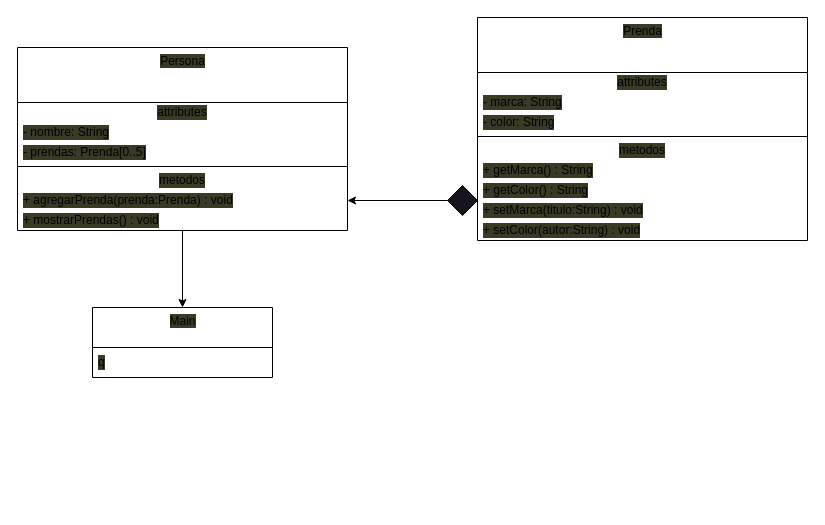
The draw.io diagram page "Page-2" (2 of 3) of clase 6/4.drawio in isanchezv07/POO, before the edit. Source tidied: cells renumbered, new cells numbered last; positions are measured from the earlier drawing's top-left corner, leaving out a move shared by most shapes. Both pictures are drawn from the tidied source at 100%, with x=0, y=0 at pixel (17, 17).
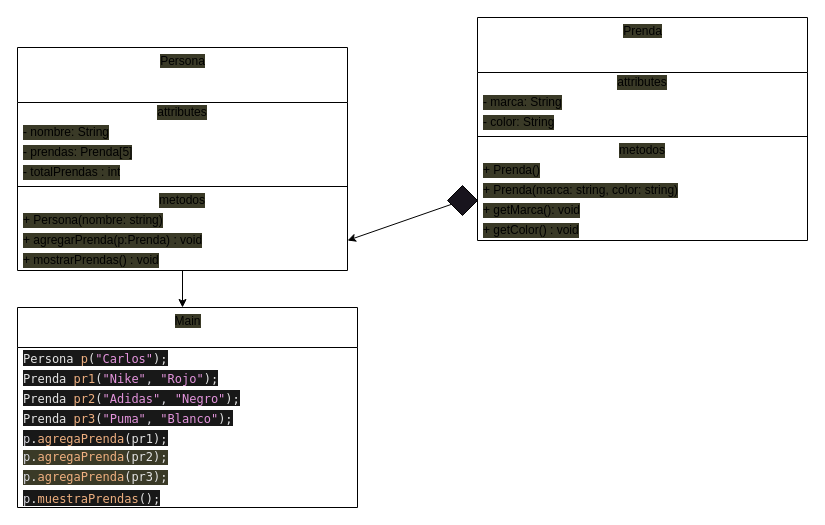
The same diagram, later.

Unchanged cells that the change refers to:
```xml
<mxCell id="16" value="Prenda" style="swimlane;fontStyle=0;align=center;verticalAlign=top;horizontal=1;startSize=55;html=1;labelBackgroundColor=#3a3a27;" parent="1" vertex="1">
  <mxGeometry x="460" width="330" height="223" as="geometry" />
</mxCell>
```

The edit, as a diff of the source:
```diff
@@
-    <mxCell id="3" style="edgeStyle=none;html=1;entryX=0.5;entryY=0;entryDx=0;entryDy=0;" parent="1" edge="1" source="4" target="14">
-      <mxGeometry relative="1" as="geometry" />
+    <mxCell id="3" style="edgeStyle=none;html=1;entryX=0.5;entryY=0;entryDx=0;entryDy=0;" parent="1" edge="1" source="4">
+      <mxGeometry relative="1" as="geometry">
+        <mxPoint x="165" y="290" as="targetPoint" />
+      </mxGeometry>
     </mxCell>
     <mxCell id="4" value="Persona" style="swimlane;fontStyle=0;align=center;verticalAlign=top;horizontal=1;startSize=55;html=1;labelBackgroundColor=#3a3a27;" parent="1" vertex="1">
-      <mxGeometry y="30" width="330" height="183" as="geometry" />
+      <mxGeometry y="30" width="330" height="223" as="geometry" />
     </mxCell>
@@
-    <mxCell id="7" value="- prendas: Prenda[0..5]" style="text;html=1;strokeColor=none;fillColor=none;align=left;verticalAlign=middle;spacingLeft=4;spacingRight=4;overflow=hidden;labelBackgroundColor=#3a3a27;" parent="4" vertex="1">
+    <mxCell id="7" value="- prendas: Prenda[5]" style="text;html=1;strokeColor=none;fillColor=none;align=left;verticalAlign=middle;spacingLeft=4;spacingRight=4;overflow=hidden;labelBackgroundColor=#3a3a27;" parent="4" vertex="1">
       <mxGeometry y="95" width="330" height="20" as="geometry" />
     </mxCell>
+    <mxCell id="26" value="- totalPrendas : &lt;span class=&quot;s1&quot;&gt;int&lt;/span&gt;" style="text;html=1;strokeColor=none;fillColor=none;align=left;verticalAlign=middle;spacingLeft=4;spacingRight=4;overflow=hidden;labelBackgroundColor=#3a3a27;" parent="4" vertex="1">
+      <mxGeometry y="115" width="330" height="20" as="geometry" />
+    </mxCell>
     <mxCell id="8" style="line;strokeWidth=1;fillColor=none;align=left;verticalAlign=middle;spacingTop=-1;spacingLeft=3;spacingRight=3;labelPosition=right;labelBackgroundColor=#3a3a27;" parent="4" vertex="1">
-      <mxGeometry y="115" width="330" height="8" as="geometry" />
+      <mxGeometry y="135" width="330" height="8" as="geometry" />
     </mxCell>
     <mxCell id="9" value="metodos" style="text;html=1;strokeColor=none;fillColor=none;align=center;verticalAlign=middle;spacingLeft=4;spacingRight=4;overflow=hidden;labelBackgroundColor=#3a3a27;" parent="4" vertex="1">
-      <mxGeometry y="123" width="330" height="20" as="geometry" />
+      <mxGeometry y="143" width="330" height="20" as="geometry" />
     </mxCell>
+    <mxCell id="27" value="+ Persona(nombre: string)" style="text;html=1;strokeColor=none;fillColor=none;align=left;verticalAlign=middle;spacingLeft=4;spacingRight=4;overflow=hidden;labelBackgroundColor=#3a3a27;" parent="4" vertex="1">
+      <mxGeometry y="163" width="330" height="20" as="geometry" />
+    </mxCell>
-    <mxCell id="10" value="+ agregarPrenda(prenda:Prenda) : void" style="text;html=1;strokeColor=none;fillColor=none;align=left;verticalAlign=middle;spacingLeft=4;spacingRight=4;overflow=hidden;points=[[0,0.5],[1,0.5]];portConstraint=eastwest;labelBackgroundColor=#3a3a27;" parent="4" vertex="1">
-      <mxGeometry y="143" width="330" height="20" as="geometry" />
+    <mxCell id="10" value="+ agregarPrenda(p:Prenda) : void" style="text;html=1;strokeColor=none;fillColor=none;align=left;verticalAlign=middle;spacingLeft=4;spacingRight=4;overflow=hidden;points=[[0,0.5],[1,0.5]];portConstraint=eastwest;labelBackgroundColor=#3a3a27;" parent="4" vertex="1">
+      <mxGeometry y="183" width="330" height="20" as="geometry" />
     </mxCell>
     <mxCell id="11" value="+ mostrarPrendas() : void" style="text;html=1;strokeColor=none;fillColor=none;align=left;verticalAlign=middle;spacingLeft=4;spacingRight=4;overflow=hidden;labelBackgroundColor=#3a3a27;" parent="4" vertex="1">
-      <mxGeometry y="163" width="330" height="20" as="geometry" />
+      <mxGeometry y="203" width="330" height="20" as="geometry" />
     </mxCell>
@@
-    <mxCell id="14" value="Main" style="swimlane;fontStyle=0;align=center;verticalAlign=top;horizontal=1;startSize=40;html=1;labelBackgroundColor=#3a3a27;" parent="1" vertex="1">
-      <mxGeometry x="75" y="290" width="180" height="70" as="geometry" />
-    </mxCell>
-    <mxCell id="15" value="q" style="text;html=1;strokeColor=none;fillColor=none;align=left;verticalAlign=middle;spacingLeft=4;spacingRight=4;overflow=hidden;labelBackgroundColor=#3a3a27;" parent="14" vertex="1">
-      <mxGeometry y="40" width="180" height="30" as="geometry" />
-    </mxCell>
@@
-    <mxCell id="22" value="+ getMarca() : String" style="text;html=1;strokeColor=none;fillColor=none;align=left;verticalAlign=middle;spacingLeft=4;spacingRight=4;overflow=hidden;labelBackgroundColor=#3a3a27;" parent="16" vertex="1">
+    <mxCell id="22" value="+ Prenda()&lt;div style=&quot;color: rgb(228, 228, 228); background-color: rgb(24, 24, 24); font-family: Menlo, Monaco, &amp;quot;Courier New&amp;quot;, monospace; line-height: 18px;&quot;&gt;&lt;div&gt;&lt;/div&gt;&lt;/div&gt;" style="text;html=1;strokeColor=none;fillColor=none;align=left;verticalAlign=middle;spacingLeft=4;spacingRight=4;overflow=hidden;labelBackgroundColor=#3a3a27;" parent="16" vertex="1">
       <mxGeometry y="143" width="330" height="20" as="geometry" />
     </mxCell>
-    <mxCell id="23" value="+ getColor() : String" style="text;html=1;strokeColor=none;fillColor=none;align=left;verticalAlign=middle;spacingLeft=4;spacingRight=4;overflow=hidden;labelBackgroundColor=#3a3a27;" parent="16" vertex="1">
+    <mxCell id="23" value="+ Prenda(marca: string, color: string)" style="text;html=1;strokeColor=none;fillColor=none;align=left;verticalAlign=middle;spacingLeft=4;spacingRight=4;overflow=hidden;labelBackgroundColor=#3a3a27;" parent="16" vertex="1">
       <mxGeometry y="163" width="330" height="20" as="geometry" />
     </mxCell>
-    <mxCell id="24" value="+ setMarca(titulo:String) : void" style="text;html=1;strokeColor=none;fillColor=none;align=left;verticalAlign=middle;spacingLeft=4;spacingRight=4;overflow=hidden;labelBackgroundColor=#3a3a27;" parent="16" vertex="1">
+    <mxCell id="24" value="+ getMarca(): void" style="text;html=1;strokeColor=none;fillColor=none;align=left;verticalAlign=middle;spacingLeft=4;spacingRight=4;overflow=hidden;labelBackgroundColor=#3a3a27;" parent="16" vertex="1">
       <mxGeometry y="183" width="330" height="20" as="geometry" />
     </mxCell>
-    <mxCell id="25" value="+ setColor(autor:String) : void" style="text;html=1;strokeColor=none;fillColor=none;align=left;verticalAlign=middle;spacingLeft=4;spacingRight=4;overflow=hidden;labelBackgroundColor=#3a3a27;" parent="16" vertex="1">
+    <mxCell id="25" value="+ getColor() : void" style="text;html=1;strokeColor=none;fillColor=none;align=left;verticalAlign=middle;spacingLeft=4;spacingRight=4;overflow=hidden;labelBackgroundColor=#3a3a27;" parent="16" vertex="1">
       <mxGeometry y="203" width="330" height="20" as="geometry" />
     </mxCell>
+    <mxCell id="14" value="Main" style="swimlane;fontStyle=0;align=center;verticalAlign=top;horizontal=1;startSize=40;html=1;labelBackgroundColor=#3a3a27;fillColor=none;" parent="1" vertex="1">
+      <mxGeometry y="290" width="340" height="200" as="geometry" />
+    </mxCell>
+    <mxCell id="28" value="&lt;div style=&quot;color: rgb(228, 228, 228); background-color: rgb(24, 24, 24); font-family: Menlo, Monaco, &amp;quot;Courier New&amp;quot;, monospace; line-height: 18px;&quot;&gt;    Persona &lt;span style=&quot;color: #efb080;&quot;&gt;p&lt;/span&gt;(&lt;span style=&quot;color: #e394dc;&quot;&gt;&quot;Carlos&quot;&lt;/span&gt;);&lt;/div&gt;&lt;div&gt;&lt;/div&gt;" style="text;html=1;strokeColor=none;fillColor=none;align=left;verticalAlign=middle;spacingLeft=4;spacingRight=4;overflow=hidden;labelBackgroundColor=#3a3a27;" parent="14" vertex="1">
+      <mxGeometry y="40" width="340" height="20" as="geometry" />
+    </mxCell>
+    <mxCell id="29" value="&lt;div style=&quot;color: rgb(228, 228, 228); background-color: rgb(24, 24, 24); font-family: Menlo, Monaco, &amp;quot;Courier New&amp;quot;, monospace; line-height: 18px;&quot;&gt;&lt;div&gt;    Prenda &lt;span style=&quot;color: #efb080;&quot;&gt;pr1&lt;/span&gt;(&lt;span style=&quot;color: #e394dc;&quot;&gt;&quot;Nike&quot;&lt;/span&gt;&lt;span style=&quot;color: #d6d6dd;&quot;&gt;,&lt;/span&gt; &lt;span style=&quot;color: #e394dc;&quot;&gt;&quot;Rojo&quot;&lt;/span&gt;);&lt;/div&gt;&lt;/div&gt;&lt;div&gt;&lt;/div&gt;" style="text;html=1;strokeColor=none;fillColor=none;align=left;verticalAlign=middle;spacingLeft=4;spacingRight=4;overflow=hidden;labelBackgroundColor=#3a3a27;" parent="14" vertex="1">
+      <mxGeometry y="60" width="340" height="20" as="geometry" />
+    </mxCell>
+    <mxCell id="30" value="&lt;div style=&quot;color: rgb(228, 228, 228); background-color: rgb(24, 24, 24); font-family: Menlo, Monaco, &amp;quot;Courier New&amp;quot;, monospace; line-height: 18px;&quot;&gt;&lt;div&gt;&lt;/div&gt;&lt;div&gt;    Prenda &lt;span style=&quot;color: #efb080;&quot;&gt;pr2&lt;/span&gt;(&lt;span style=&quot;color: #e394dc;&quot;&gt;&quot;Adidas&quot;&lt;/span&gt;&lt;span style=&quot;color: #d6d6dd;&quot;&gt;,&lt;/span&gt; &lt;span style=&quot;color: #e394dc;&quot;&gt;&quot;Negro&quot;&lt;/span&gt;);&lt;/div&gt;&lt;div&gt;&lt;/div&gt;&lt;/div&gt;&lt;div&gt;&lt;/div&gt;" style="text;html=1;strokeColor=none;fillColor=none;align=left;verticalAlign=middle;spacingLeft=4;spacingRight=4;overflow=hidden;labelBackgroundColor=#3a3a27;" parent="14" vertex="1">
+      <mxGeometry y="80" width="340" height="20" as="geometry" />
+    </mxCell>
+    <mxCell id="31" value="&lt;div style=&quot;color: rgb(228, 228, 228); background-color: rgb(24, 24, 24); font-family: Menlo, Monaco, &amp;quot;Courier New&amp;quot;, monospace; line-height: 18px;&quot;&gt;&lt;div&gt;&lt;/div&gt;&lt;div&gt;    Prenda &lt;span style=&quot;color: #efb080;&quot;&gt;pr3&lt;/span&gt;(&lt;span style=&quot;color: #e394dc;&quot;&gt;&quot;Puma&quot;&lt;/span&gt;&lt;span style=&quot;color: #d6d6dd;&quot;&gt;,&lt;/span&gt; &lt;span style=&quot;color: #e394dc;&quot;&gt;&quot;Blanco&quot;&lt;/span&gt;);&lt;/div&gt;&lt;/div&gt;&lt;div&gt;&lt;/div&gt;" style="text;html=1;strokeColor=none;fillColor=none;align=left;verticalAlign=middle;spacingLeft=4;spacingRight=4;overflow=hidden;labelBackgroundColor=#3a3a27;" parent="14" vertex="1">
+      <mxGeometry y="100" width="340" height="20" as="geometry" />
+    </mxCell>
+    <mxCell id="32" value="&lt;div style=&quot;color: rgb(228, 228, 228); background-color: rgb(24, 24, 24); font-family: Menlo, Monaco, &amp;quot;Courier New&amp;quot;, monospace; line-height: 18px;&quot;&gt;&lt;div&gt;    &lt;span style=&quot;color: #d6d6dd;&quot;&gt;p&lt;/span&gt;.&lt;span style=&quot;color: #efb080;&quot;&gt;agregaPrenda&lt;/span&gt;(pr1);&lt;/div&gt;&lt;/div&gt;&lt;div style=&quot;color: rgb(228, 228, 228); background-color: rgb(24, 24, 24); font-family: Menlo, Monaco, &amp;quot;Courier New&amp;quot;, monospace; line-height: 18px;&quot;&gt;&lt;div&gt;&lt;/div&gt;&lt;div&gt;&lt;/div&gt;&lt;/div&gt;&lt;div&gt;&lt;/div&gt;" style="text;html=1;strokeColor=none;fillColor=none;align=left;verticalAlign=middle;spacingLeft=4;spacingRight=4;overflow=hidden;labelBackgroundColor=#3a3a27;" parent="14" vertex="1">
+      <mxGeometry y="120" width="340" height="20" as="geometry" />
+    </mxCell>
+    <mxCell id="33" value="&lt;div style=&quot;color: rgb(228, 228, 228); font-family: Menlo, Monaco, &amp;quot;Courier New&amp;quot;, monospace;&quot;&gt;&lt;span style=&quot;color: rgb(214, 214, 221);&quot;&gt;p&lt;/span&gt;.&lt;span style=&quot;color: rgb(239, 176, 128);&quot;&gt;agregaPrenda&lt;/span&gt;(pr2);&lt;/div&gt;&lt;div style=&quot;color: rgb(228, 228, 228); font-family: Menlo, Monaco, &amp;quot;Courier New&amp;quot;, monospace;&quot;&gt;&lt;/div&gt;&lt;div style=&quot;color: rgb(228, 228, 228); background-color: rgb(24, 24, 24); font-family: Menlo, Monaco, &amp;quot;Courier New&amp;quot;, monospace; line-height: 18px;&quot;&gt;&lt;div&gt;&lt;/div&gt;&lt;div&gt;&lt;/div&gt;&lt;/div&gt;&lt;div&gt;&lt;/div&gt;" style="text;html=1;strokeColor=none;fillColor=none;align=left;verticalAlign=middle;spacingLeft=4;spacingRight=4;overflow=hidden;labelBackgroundColor=#3a3a27;" parent="14" vertex="1">
+      <mxGeometry y="140" width="340" height="20" as="geometry" />
+    </mxCell>
+    <mxCell id="34" value="&lt;span style=&quot;font-family: Menlo, Monaco, &amp;quot;Courier New&amp;quot;, monospace; color: rgb(214, 214, 221);&quot;&gt;p&lt;/span&gt;&lt;span style=&quot;color: rgb(228, 228, 228); font-family: Menlo, Monaco, &amp;quot;Courier New&amp;quot;, monospace;&quot;&gt;.&lt;/span&gt;&lt;span style=&quot;font-family: Menlo, Monaco, &amp;quot;Courier New&amp;quot;, monospace; color: rgb(239, 176, 128);&quot;&gt;agregaPrenda&lt;/span&gt;&lt;span style=&quot;color: rgb(228, 228, 228); font-family: Menlo, Monaco, &amp;quot;Courier New&amp;quot;, monospace;&quot;&gt;(pr3);&lt;/span&gt;&lt;div style=&quot;color: rgb(228, 228, 228); background-color: rgb(24, 24, 24); font-family: Menlo, Monaco, &amp;quot;Courier New&amp;quot;, monospace; line-height: 18px;&quot;&gt;&lt;div&gt;&lt;/div&gt;&lt;div&gt;&lt;/div&gt;&lt;/div&gt;&lt;div&gt;&lt;/div&gt;" style="text;html=1;strokeColor=none;fillColor=none;align=left;verticalAlign=middle;spacingLeft=4;spacingRight=4;overflow=hidden;labelBackgroundColor=#3a3a27;" parent="14" vertex="1">
+      <mxGeometry y="160" width="340" height="20" as="geometry" />
+    </mxCell>
+    <mxCell id="35" value="&lt;div style=&quot;color: rgb(228, 228, 228); background-color: rgb(24, 24, 24); font-family: Menlo, Monaco, &amp;quot;Courier New&amp;quot;, monospace; line-height: 18px;&quot;&gt;    &lt;span style=&quot;color: #d6d6dd;&quot;&gt;p&lt;/span&gt;.&lt;span style=&quot;color: #efb080;&quot;&gt;muestraPrendas&lt;/span&gt;();&lt;/div&gt;&lt;div style=&quot;color: rgb(228, 228, 228); background-color: rgb(24, 24, 24); font-family: Menlo, Monaco, &amp;quot;Courier New&amp;quot;, monospace; line-height: 18px;&quot;&gt;&lt;div&gt;&lt;/div&gt;&lt;div&gt;&lt;/div&gt;&lt;/div&gt;&lt;div&gt;&lt;/div&gt;" style="text;html=1;strokeColor=none;fillColor=none;align=left;verticalAlign=middle;spacingLeft=4;spacingRight=4;overflow=hidden;labelBackgroundColor=#3a3a27;" parent="14" vertex="1">
+      <mxGeometry y="180" width="340" height="20" as="geometry" />
+    </mxCell>
```
